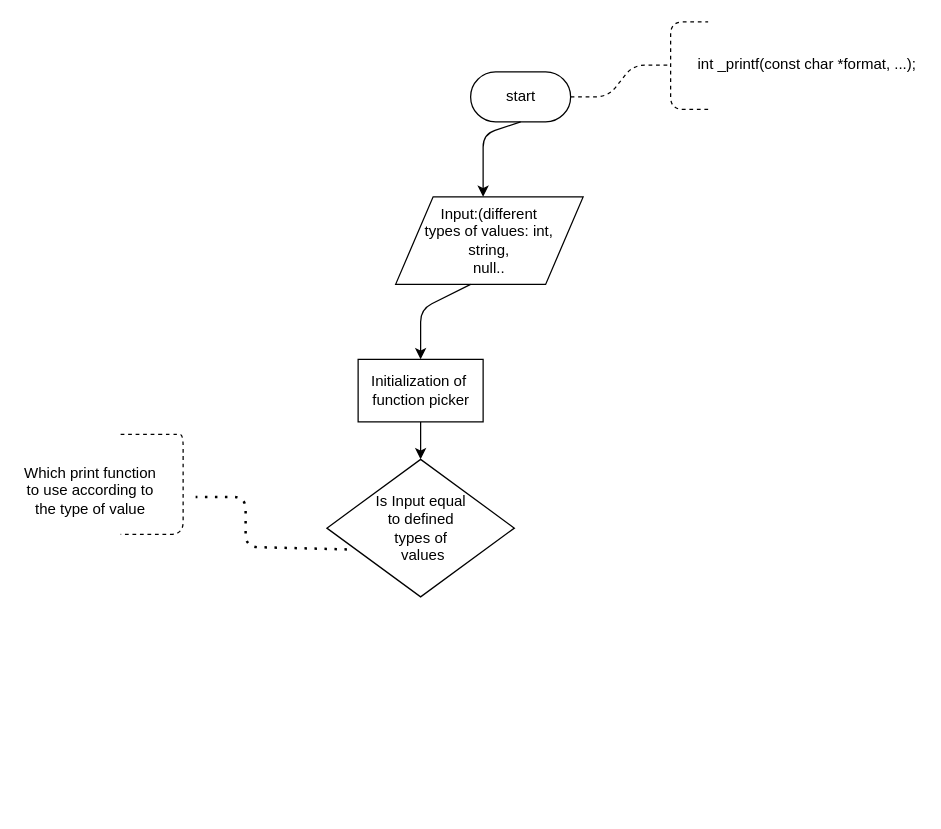
Earlier version of the draw.io diagram printf project.drawio (Tuyishimire-lab/alx-pre_school). Source tidied: cells renumbered, new cells numbered last; positions are measured from the earlier drawing's top-left corner, leaving out a move shared by most shapes. Both pictures are drawn from the tidied source at 125%, with x=0, y=0 at pixel (21, 21).
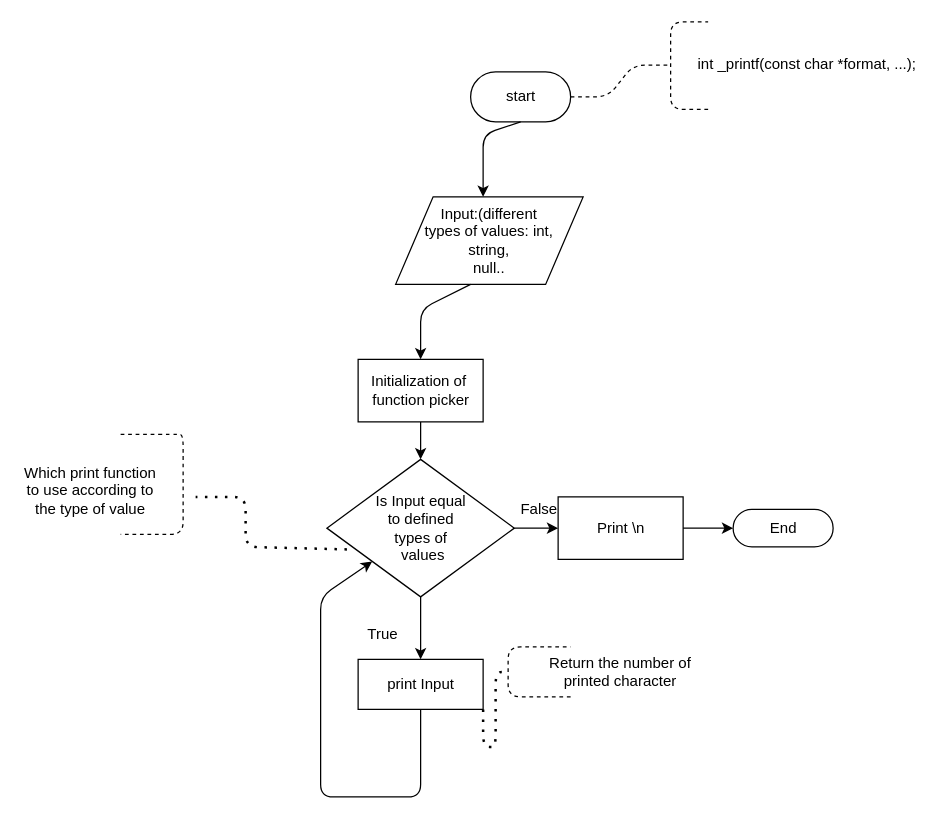
The same page after the edit.

The change refers to these unchanged cells:
```xml
<mxCell id="12" value="Is Input equal&lt;br&gt;to defined&lt;br&gt;types of&lt;br&gt;&amp;nbsp;values" style="shape=rhombus;html=1;dashed=0;whitespace=wrap;perimeter=rhombusPerimeter;" parent="1" vertex="1">
  <mxGeometry x="244" y="350" width="150" height="110" as="geometry" />
</mxCell>
```

What changed in the source:
```diff
@@
+    <mxCell id="15" style="endArrow=classic;html=1;exitX=0.5;exitY=1;exitDx=0;exitDy=0;" parent="1" edge="1" source="12">
+      <mxGeometry relative="1" as="geometry">
+        <mxPoint x="319" y="510" as="targetPoint" />
+      </mxGeometry>
+    </mxCell>
+    <mxCell id="16" style="endArrow=classic;html=1;exitX=1;exitY=0.5;exitDx=0;exitDy=0;" parent="1" edge="1" source="12">
+      <mxGeometry relative="1" as="geometry">
+        <mxPoint x="429" y="405" as="targetPoint" />
+      </mxGeometry>
+    </mxCell>
+    <mxCell id="17" value="True" style="text;html=1;strokeColor=none;fillColor=none;align=center;verticalAlign=middle;whiteSpace=wrap;rounded=0;" parent="1" vertex="1">
+      <mxGeometry x="269" y="480" width="40" height="20" as="geometry" />
+    </mxCell>
+    <mxCell id="18" value="False" style="text;html=1;strokeColor=none;fillColor=none;align=center;verticalAlign=middle;whiteSpace=wrap;rounded=0;" parent="1" vertex="1">
+      <mxGeometry x="394" y="380" width="40" height="20" as="geometry" />
+    </mxCell>
+    <mxCell id="19" value="Print \n" style="html=1;dashed=0;whitespace=wrap;" parent="1" vertex="1">
+      <mxGeometry x="429" y="380" width="100" height="50" as="geometry" />
+    </mxCell>
+    <mxCell id="20" style="endArrow=classic;html=1;exitX=1;exitY=0.5;exitDx=0;exitDy=0;" parent="1" edge="1" source="19">
+      <mxGeometry relative="1" as="geometry">
+        <mxPoint x="569" y="405" as="targetPoint" />
+      </mxGeometry>
+    </mxCell>
+    <mxCell id="21" value="End" style="html=1;dashed=0;whitespace=wrap;shape=mxgraph.dfd.start;" parent="1" vertex="1">
+      <mxGeometry x="569" y="390" width="80" height="30" as="geometry" />
+    </mxCell>
+    <mxCell id="22" value="print Input" style="html=1;dashed=0;whitespace=wrap;" parent="1" vertex="1">
+      <mxGeometry x="269" y="510" width="100" height="40" as="geometry" />
+    </mxCell>
+    <mxCell id="23" style="endArrow=none;dashed=1;html=1;" parent="1" edge="1">
+      <mxGeometry relative="1" as="geometry">
+        <mxPoint x="439" y="540" as="sourcePoint" />
+        <mxPoint x="439" y="500" as="targetPoint" />
+        <Array as="points">
+          <mxPoint x="389" y="540" />
+          <mxPoint x="389" y="500" />
+        </Array>
+      </mxGeometry>
+    </mxCell>
+    <mxCell id="24" value="Return the number of printed character" style="text;html=1;strokeColor=none;fillColor=none;align=center;verticalAlign=middle;whiteSpace=wrap;rounded=0;" parent="1" vertex="1">
+      <mxGeometry x="419" y="510" width="120" height="20" as="geometry" />
+    </mxCell>
+    <mxCell id="25" style="endArrow=none;dashed=1;html=1;dashPattern=1 3;strokeWidth=2;exitX=1;exitY=1;exitDx=0;exitDy=0;" parent="1" edge="1" source="22">
+      <mxGeometry relative="1" as="geometry">
+        <mxPoint x="389" y="520" as="targetPoint" />
+        <Array as="points">
+          <mxPoint x="369" y="580" />
+          <mxPoint x="379" y="580" />
+          <mxPoint x="379" y="520" />
+        </Array>
+      </mxGeometry>
+    </mxCell>
+    <mxCell id="26" style="endArrow=classic;html=1;exitX=0.5;exitY=1;exitDx=0;exitDy=0;" parent="1" edge="1" source="22" target="12">
+      <mxGeometry relative="1" as="geometry">
+        <Array as="points">
+          <mxPoint x="319" y="620" />
+          <mxPoint x="279" y="620" />
+          <mxPoint x="239" y="620" />
+          <mxPoint x="239" y="460" />
+        </Array>
+      </mxGeometry>
+    </mxCell>
```
